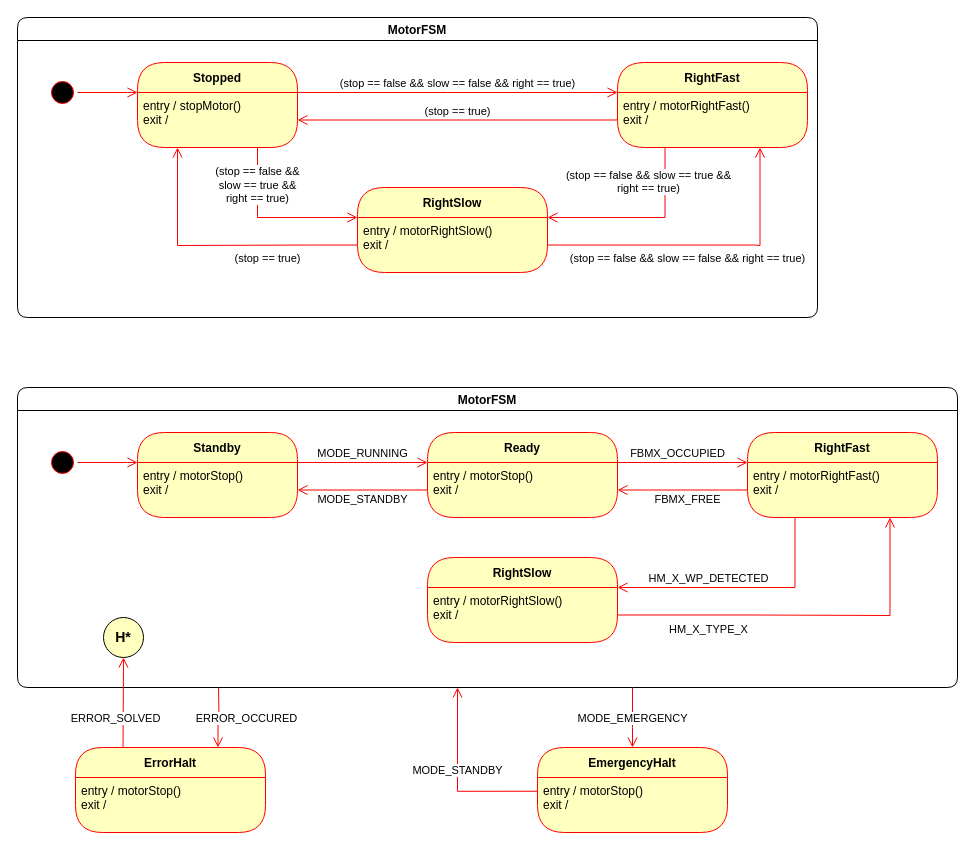
Above: page "motor" (2 of 5) of docs/diagrams/fsm/state_machines.drawio in u2knwy/ESEP-2023SoSe-Team-2-1 (draw.io), before the change. Source tidied: cells renumbered, new cells numbered last; positions are measured from the earlier drawing's top-left corner, leaving out a move shared by most shapes. Both pictures are drawn from the tidied source at 100%, with x=0, y=0 at pixel (17, 17).
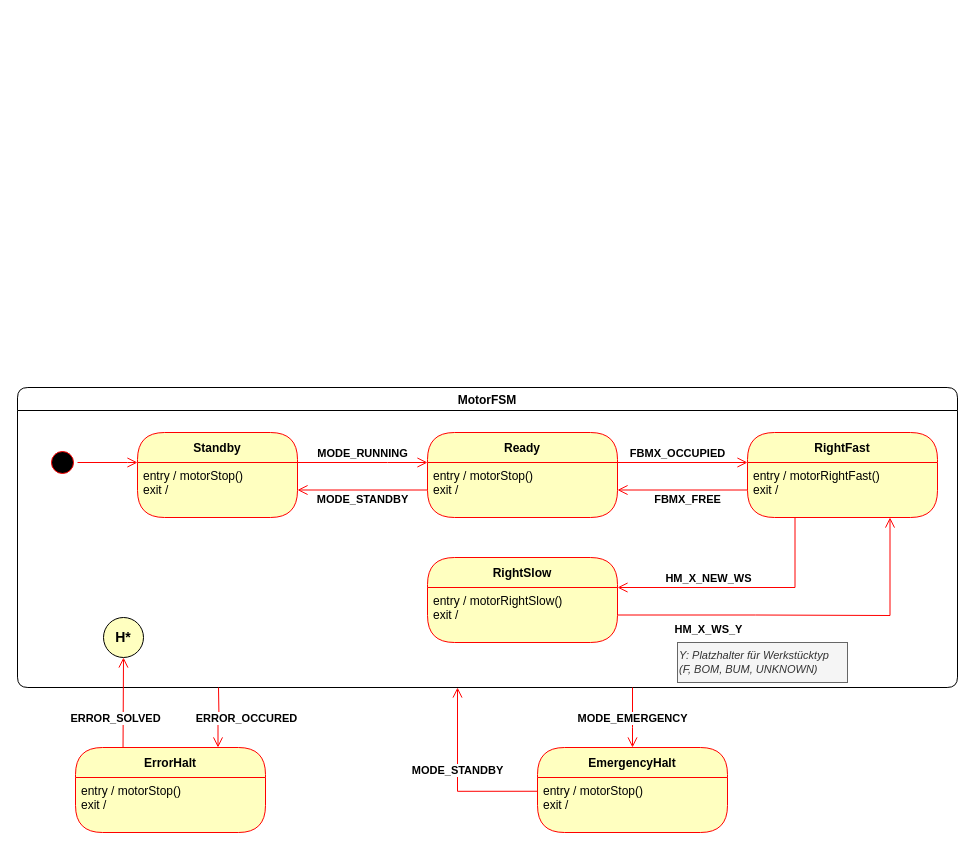
Above is the later version.

Unchanged cells that the change refers to:
```xml
<mxCell id="17" value="MotorFSM" style="swimlane;rounded=1;fillColor=none;startSize=23;" parent="1" vertex="1">
  <mxGeometry y="370" width="940" height="300" as="geometry" />
</mxCell>
<mxCell id="20" value="&lt;div style=&quot;&quot;&gt;&lt;span style=&quot;background-color: initial;&quot;&gt;entry / motorStop()&lt;/span&gt;&lt;/div&gt;exit /" style="text;html=1;strokeColor=none;fillColor=none;align=left;verticalAlign=top;spacingLeft=4;spacingRight=4;whiteSpace=wrap;overflow=hidden;fontColor=#000000;" parent="19" vertex="1">
  <mxGeometry y="30" width="160" height="55" as="geometry" />
</mxCell>
<mxCell id="23" value="entry / motorRightSlow()&lt;br&gt;exit /" style="text;html=1;strokeColor=none;fillColor=none;align=left;verticalAlign=top;spacingLeft=4;spacingRight=4;whiteSpace=wrap;overflow=hidden;fontColor=#000000;" parent="22" vertex="1">
  <mxGeometry y="30" width="190" height="55" as="geometry" />
</mxCell>
<mxCell id="25" value="entry / motorStop()&lt;br&gt;exit /" style="text;html=1;strokeColor=none;fillColor=none;align=left;verticalAlign=top;spacingLeft=4;spacingRight=4;whiteSpace=wrap;overflow=hidden;fontColor=#000000;" parent="24" vertex="1">
  <mxGeometry y="30" width="190" height="55" as="geometry" />
</mxCell>
<mxCell id="27" value="entry / motorRightFast()&lt;br&gt;exit /" style="text;html=1;strokeColor=none;fillColor=none;align=left;verticalAlign=top;spacingLeft=4;spacingRight=4;whiteSpace=wrap;overflow=hidden;fontColor=#000000;" parent="26" vertex="1">
  <mxGeometry y="30" width="190" height="55" as="geometry" />
</mxCell>
<mxCell id="34" value="H*" style="ellipse;whiteSpace=wrap;html=1;rounded=1;fillColor=#FFFFC0;fontStyle=1;fontSize=14;" parent="17" vertex="1">
  <mxGeometry x="86" y="230" width="40" height="40" as="geometry" />
</mxCell>
<mxCell id="35" value="EmergencyHalt" style="swimlane;fontStyle=1;align=center;verticalAlign=middle;horizontal=1;startSize=30;fontColor=#000000;rounded=1;arcSize=30;strokeColor=#ff0000;fillColor=#ffffc0;swimlaneFillColor=#ffffc0;" parent="1" vertex="1">
  <mxGeometry x="520" y="730" width="190" height="85" as="geometry" />
</mxCell>
<mxCell id="36" value="entry / motorStop()&lt;br&gt;exit /" style="text;html=1;strokeColor=none;fillColor=none;align=left;verticalAlign=top;spacingLeft=4;spacingRight=4;whiteSpace=wrap;overflow=hidden;fontColor=#000000;" parent="35" vertex="1">
  <mxGeometry y="30" width="190" height="55" as="geometry" />
</mxCell>
<mxCell id="41" value="ErrorHalt" style="swimlane;fontStyle=1;align=center;verticalAlign=middle;horizontal=1;startSize=30;fontColor=#000000;rounded=1;arcSize=30;strokeColor=#ff0000;fillColor=#ffffc0;swimlaneFillColor=#ffffc0;" parent="1" vertex="1">
  <mxGeometry x="58" y="730" width="190" height="85" as="geometry" />
</mxCell>
```

What changed in the source:
```diff
@@
-    <mxCell id="2" value="MotorFSM" style="swimlane;rounded=1;fillColor=none;startSize=23;" parent="1" vertex="1">
-      <mxGeometry width="800" height="300" as="geometry" />
-    </mxCell>
-    <mxCell id="3" style="ellipse;html=1;shape=startState;fillColor=#000000;strokeColor=#ff0000;" parent="2" vertex="1">
-      <mxGeometry x="30" y="60" width="30" height="30" as="geometry" />
-    </mxCell>
-    <mxCell id="4" value="Stopped" style="swimlane;fontStyle=1;align=center;verticalAlign=middle;horizontal=1;startSize=30;fontColor=#000000;rounded=1;arcSize=30;strokeColor=#ff0000;fillColor=#ffffc0;swimlaneFillColor=#ffffc0;" parent="2" vertex="1">
-      <mxGeometry x="120" y="45" width="160" height="85" as="geometry" />
-    </mxCell>
-    <mxCell id="5" value="&lt;div style=&quot;&quot;&gt;&lt;span style=&quot;background-color: initial;&quot;&gt;entry / stopMotor()&lt;/span&gt;&lt;/div&gt;exit /" style="text;html=1;strokeColor=none;fillColor=none;align=left;verticalAlign=top;spacingLeft=4;spacingRight=4;whiteSpace=wrap;overflow=hidden;fontColor=#000000;" parent="4" vertex="1">
-      <mxGeometry y="30" width="160" height="55" as="geometry" />
-    </mxCell>
-    <mxCell id="6" value="(stop == false &amp;amp;&amp;amp; slow == false &amp;amp;&amp;amp; right == true)" style="edgeStyle=orthogonalEdgeStyle;html=1;verticalAlign=bottom;endArrow=open;endSize=8;strokeColor=#ff0000;rounded=0;entryX=0;entryY=0;entryDx=0;entryDy=0;" parent="2" edge="1" target="13">
-      <mxGeometry relative="1" as="geometry">
-        <mxPoint x="280" y="75" as="sourcePoint" />
-        <Array as="points">
-          <mxPoint x="430" y="75" />
-          <mxPoint x="430" y="75" />
-        </Array>
-      </mxGeometry>
-    </mxCell>
-    <mxCell id="7" style="edgeStyle=orthogonalEdgeStyle;html=1;verticalAlign=bottom;endArrow=open;endSize=8;strokeColor=#ff0000;rounded=0;entryX=0;entryY=0;entryDx=0;entryDy=0;" parent="2" edge="1" source="3" target="5">
-      <mxGeometry relative="1" as="geometry">
-        <Array as="points">
-          <mxPoint x="110" y="75" />
-          <mxPoint x="110" y="75" />
-        </Array>
-      </mxGeometry>
-    </mxCell>
-    <mxCell id="8" value="RightSlow" style="swimlane;fontStyle=1;align=center;verticalAlign=middle;horizontal=1;startSize=30;fontColor=#000000;rounded=1;arcSize=30;strokeColor=#ff0000;fillColor=#ffffc0;swimlaneFillColor=#ffffc0;" parent="2" vertex="1">
-      <mxGeometry x="340" y="170" width="190" height="85" as="geometry" />
-    </mxCell>
-    <mxCell id="9" value="entry / motorRightSlow()&lt;br&gt;exit /" style="text;html=1;strokeColor=none;fillColor=none;align=left;verticalAlign=top;spacingLeft=4;spacingRight=4;whiteSpace=wrap;overflow=hidden;fontColor=#000000;" parent="8" vertex="1">
-      <mxGeometry y="30" width="190" height="55" as="geometry" />
-    </mxCell>
-    <mxCell id="10" value="(stop == false &amp;amp;&amp;amp; &lt;br&gt;slow == true &amp;amp;&amp;amp; &lt;br&gt;right == true)" style="edgeStyle=orthogonalEdgeStyle;html=1;verticalAlign=bottom;endArrow=open;endSize=8;strokeColor=#ff0000;rounded=0;entryX=0;entryY=0;entryDx=0;entryDy=0;exitX=0.75;exitY=1;exitDx=0;exitDy=0;" parent="2" edge="1" source="5" target="9">
-      <mxGeometry x="-0.29" relative="1" as="geometry">
-        <Array as="points">
-          <mxPoint x="240" y="200" />
-        </Array>
-      </mxGeometry>
-    </mxCell>
-    <mxCell id="11" value="(stop == true)" style="edgeStyle=orthogonalEdgeStyle;html=1;verticalAlign=bottom;endArrow=open;endSize=8;strokeColor=#ff0000;rounded=0;entryX=0.25;entryY=1;entryDx=0;entryDy=0;exitX=0;exitY=0.5;exitDx=0;exitDy=0;" parent="2" edge="1" source="9" target="5">
-      <mxGeometry x="-0.35" y="22" relative="1" as="geometry">
-        <Array as="points">
-          <mxPoint x="300" y="228" />
-          <mxPoint x="160" y="228" />
-        </Array>
-      </mxGeometry>
-    </mxCell>
-    <mxCell id="12" value="RightFast" style="swimlane;fontStyle=1;align=center;verticalAlign=middle;horizontal=1;startSize=30;fontColor=#000000;rounded=1;arcSize=30;strokeColor=#ff0000;fillColor=#ffffc0;swimlaneFillColor=#ffffc0;" parent="1" vertex="1">
-      <mxGeometry x="600" y="45" width="190" height="85" as="geometry" />
-    </mxCell>
-    <mxCell id="13" value="entry / motorRightFast()&lt;br&gt;exit /" style="text;html=1;strokeColor=none;fillColor=none;align=left;verticalAlign=top;spacingLeft=4;spacingRight=4;whiteSpace=wrap;overflow=hidden;fontColor=#000000;" parent="12" vertex="1">
-      <mxGeometry y="30" width="190" height="55" as="geometry" />
-    </mxCell>
-    <mxCell id="14" value="(stop == true)" style="edgeStyle=orthogonalEdgeStyle;html=1;verticalAlign=bottom;endArrow=open;endSize=8;strokeColor=#ff0000;rounded=0;entryX=1;entryY=0.5;entryDx=0;entryDy=0;exitX=0;exitY=0.5;exitDx=0;exitDy=0;" parent="1" edge="1" source="13" target="5">
-      <mxGeometry relative="1" as="geometry">
-        <Array as="points">
-          <mxPoint x="360" y="103" />
-          <mxPoint x="360" y="103" />
-        </Array>
-      </mxGeometry>
-    </mxCell>
-    <mxCell id="15" value="(stop == false &amp;amp;&amp;amp; slow == true &amp;amp;&amp;amp; &lt;br&gt;right == true)" style="edgeStyle=orthogonalEdgeStyle;html=1;verticalAlign=bottom;endArrow=open;endSize=8;strokeColor=#ff0000;rounded=0;entryX=1;entryY=0;entryDx=0;entryDy=0;exitX=0.25;exitY=1;exitDx=0;exitDy=0;" parent="1" edge="1" source="13" target="9">
-      <mxGeometry x="-0.47" y="-17" relative="1" as="geometry">
-        <Array as="points">
-          <mxPoint x="648" y="200" />
-        </Array>
-      </mxGeometry>
-    </mxCell>
-    <mxCell id="16" value="(stop == false &amp;amp;&amp;amp; slow == false &amp;amp;&amp;amp; right == true)" style="edgeStyle=orthogonalEdgeStyle;html=1;verticalAlign=bottom;endArrow=open;endSize=8;strokeColor=#ff0000;rounded=0;entryX=0.75;entryY=1;entryDx=0;entryDy=0;exitX=1;exitY=0.5;exitDx=0;exitDy=0;" parent="1" edge="1" source="9" target="13">
-      <mxGeometry x="-0.1" y="-22" relative="1" as="geometry">
-        <Array as="points">
-          <mxPoint x="738" y="228" />
-          <mxPoint x="743" y="228" />
-        </Array>
-      </mxGeometry>
-    </mxCell>
@@
-    <mxCell id="28" value="HM_X_WP_DETECTED" style="edgeStyle=orthogonalEdgeStyle;html=1;verticalAlign=bottom;endArrow=open;endSize=8;strokeColor=#ff0000;rounded=0;entryX=1;entryY=0;entryDx=0;entryDy=0;exitX=0.25;exitY=1;exitDx=0;exitDy=0;" parent="17" edge="1" source="27" target="23">
+    <mxCell id="28" value="HM_X_NEW_WS" style="edgeStyle=orthogonalEdgeStyle;html=1;verticalAlign=bottom;endArrow=open;endSize=8;strokeColor=#ff0000;rounded=0;entryX=1;entryY=0;entryDx=0;entryDy=0;exitX=0.25;exitY=1;exitDx=0;exitDy=0;fontStyle=1;" parent="17" edge="1" source="27" target="23">
       <mxGeometry x="0.27" relative="1" as="geometry">
         <Array as="points">
           <mxPoint x="778" y="200" />
         </Array>
       </mxGeometry>
     </mxCell>
-    <mxCell id="29" value="HM_X_TYPE_X" style="edgeStyle=orthogonalEdgeStyle;html=1;verticalAlign=bottom;endArrow=open;endSize=8;strokeColor=#ff0000;rounded=0;entryX=0.75;entryY=1;entryDx=0;entryDy=0;exitX=1;exitY=0.5;exitDx=0;exitDy=0;" parent="17" edge="1" source="23" target="27">
+    <mxCell id="29" value="HM_X_WS_Y" style="edgeStyle=orthogonalEdgeStyle;html=1;verticalAlign=bottom;endArrow=open;endSize=8;strokeColor=#ff0000;rounded=0;entryX=0.75;entryY=1;entryDx=0;entryDy=0;exitX=1;exitY=0.5;exitDx=0;exitDy=0;fontStyle=1;" parent="17" edge="1" source="23" target="27">
       <mxGeometry x="-0.51" y="-23" relative="1" as="geometry">
         <Array as="points">
           <mxPoint x="738" y="228" />
           <mxPoint x="743" y="228" />
         </Array>
       </mxGeometry>
     </mxCell>
-    <mxCell id="30" value="MODE_RUNNING" style="edgeStyle=orthogonalEdgeStyle;html=1;verticalAlign=bottom;endArrow=open;endSize=8;strokeColor=#ff0000;rounded=0;entryX=0;entryY=0;entryDx=0;entryDy=0;exitX=1;exitY=0;exitDx=0;exitDy=0;" parent="17" edge="1" source="20" target="25">
+    <mxCell id="30" value="MODE_RUNNING" style="edgeStyle=orthogonalEdgeStyle;html=1;verticalAlign=bottom;endArrow=open;endSize=8;strokeColor=#ff0000;rounded=0;entryX=0;entryY=0;entryDx=0;entryDy=0;exitX=1;exitY=0;exitDx=0;exitDy=0;fontStyle=1;" parent="17" edge="1" source="20" target="25">
       <mxGeometry relative="1" as="geometry">
         <Array as="points">
           <mxPoint x="370" y="75" />
           <mxPoint x="370" y="75" />
         </Array>
       </mxGeometry>
     </mxCell>
-    <mxCell id="31" value="MODE_STANDBY" style="edgeStyle=orthogonalEdgeStyle;html=1;verticalAlign=bottom;endArrow=open;endSize=8;strokeColor=#ff0000;rounded=0;entryX=1;entryY=0.5;entryDx=0;entryDy=0;exitX=0;exitY=0.5;exitDx=0;exitDy=0;" parent="17" edge="1" source="25" target="20">
+    <mxCell id="31" value="MODE_STANDBY" style="edgeStyle=orthogonalEdgeStyle;html=1;verticalAlign=bottom;endArrow=open;endSize=8;strokeColor=#ff0000;rounded=0;entryX=1;entryY=0.5;entryDx=0;entryDy=0;exitX=0;exitY=0.5;exitDx=0;exitDy=0;fontStyle=1;" parent="17" edge="1" source="25" target="20">
       <mxGeometry y="18" relative="1" as="geometry" />
     </mxCell>
-    <mxCell id="32" value="FBMX_OCCUPIED" style="edgeStyle=orthogonalEdgeStyle;html=1;verticalAlign=bottom;endArrow=open;endSize=8;strokeColor=#ff0000;rounded=0;entryX=0;entryY=0;entryDx=0;entryDy=0;exitX=1;exitY=0;exitDx=0;exitDy=0;" parent="17" edge="1" source="25" target="27">
+    <mxCell id="32" value="FBMX_OCCUPIED" style="edgeStyle=orthogonalEdgeStyle;html=1;verticalAlign=bottom;endArrow=open;endSize=8;strokeColor=#ff0000;rounded=0;entryX=0;entryY=0;entryDx=0;entryDy=0;exitX=1;exitY=0;exitDx=0;exitDy=0;fontStyle=1;" parent="17" edge="1" source="25" target="27">
       <mxGeometry x="-0.08" relative="1" as="geometry">
         <Array as="points">
           <mxPoint x="730" y="75" />
         </Array>
       </mxGeometry>
     </mxCell>
-    <mxCell id="33" value="FBMX_FREE" style="edgeStyle=orthogonalEdgeStyle;html=1;verticalAlign=bottom;endArrow=open;endSize=8;strokeColor=#ff0000;rounded=0;entryX=1;entryY=0.5;entryDx=0;entryDy=0;exitX=0;exitY=0.5;exitDx=0;exitDy=0;" parent="17" edge="1" source="27" target="25">
+    <mxCell id="33" value="FBMX_FREE" style="edgeStyle=orthogonalEdgeStyle;html=1;verticalAlign=bottom;endArrow=open;endSize=8;strokeColor=#ff0000;rounded=0;entryX=1;entryY=0.5;entryDx=0;entryDy=0;exitX=0;exitY=0.5;exitDx=0;exitDy=0;fontStyle=1;" parent="17" edge="1" source="27" target="25">
       <mxGeometry x="-0.08" y="18" relative="1" as="geometry">
         <Array as="points">
           <mxPoint x="730" y="103" />
           <mxPoint x="730" y="103" />
         </Array>
       </mxGeometry>
     </mxCell>
@@
+    <mxCell id="43" value="Y: Platzhalter für Werkstücktyp&lt;br&gt;(F, BOM, BUM, UNKNOWN)" style="text;html=1;strokeColor=#666666;fillColor=#f5f5f5;align=left;verticalAlign=middle;whiteSpace=wrap;rounded=0;fontSize=11;fontStyle=2;fontColor=#333333;" parent="17" vertex="1">
+      <mxGeometry x="660" y="255" width="170" height="40" as="geometry" />
+    </mxCell>
@@
-    <mxCell id="37" value="MODE_EMERGENCY" style="edgeStyle=orthogonalEdgeStyle;html=1;verticalAlign=bottom;endArrow=open;endSize=8;strokeColor=#ff0000;rounded=0;entryX=0.5;entryY=0;entryDx=0;entryDy=0;" parent="1" edge="1" target="35">
+    <mxCell id="37" value="MODE_EMERGENCY" style="edgeStyle=orthogonalEdgeStyle;html=1;verticalAlign=bottom;endArrow=open;endSize=8;strokeColor=#ff0000;rounded=0;entryX=0.5;entryY=0;entryDx=0;entryDy=0;fontStyle=1;" parent="1" edge="1" target="35">
       <mxGeometry x="0.33" relative="1" as="geometry">
         <mxPoint x="615" y="670" as="sourcePoint" />
         <Array as="points">
           <mxPoint x="615" y="710" />
           <mxPoint x="615" y="710" />
         </Array>
       </mxGeometry>
     </mxCell>
-    <mxCell id="38" value="MODE_STANDBY" style="edgeStyle=orthogonalEdgeStyle;html=1;verticalAlign=bottom;endArrow=open;endSize=8;strokeColor=#ff0000;rounded=0;exitX=0;exitY=0.25;exitDx=0;exitDy=0;" parent="1" edge="1" source="36">
+    <mxCell id="38" value="MODE_STANDBY" style="edgeStyle=orthogonalEdgeStyle;html=1;verticalAlign=bottom;endArrow=open;endSize=8;strokeColor=#ff0000;rounded=0;exitX=0;exitY=0.25;exitDx=0;exitDy=0;fontStyle=1;" parent="1" edge="1" source="36">
       <mxGeometry relative="1" as="geometry">
         <mxPoint x="440" y="670" as="targetPoint" />
         <Array as="points">
           <mxPoint x="440" y="774" />
         </Array>
       </mxGeometry>
     </mxCell>
-    <mxCell id="39" value="ERROR_OCCURED" style="edgeStyle=orthogonalEdgeStyle;html=1;verticalAlign=bottom;endArrow=open;endSize=8;strokeColor=#ff0000;rounded=0;entryX=0.75;entryY=0;entryDx=0;entryDy=0;" parent="1" edge="1" target="41">
+    <mxCell id="39" value="ERROR_OCCURED" style="edgeStyle=orthogonalEdgeStyle;html=1;verticalAlign=bottom;endArrow=open;endSize=8;strokeColor=#ff0000;rounded=0;entryX=0.75;entryY=0;entryDx=0;entryDy=0;fontStyle=1;" parent="1" edge="1" target="41">
       <mxGeometry x="0.34" y="28" relative="1" as="geometry">
         <mxPoint x="201" y="670" as="sourcePoint" />
       </mxGeometry>
     </mxCell>
-    <mxCell id="40" value="ERROR_SOLVED" style="edgeStyle=orthogonalEdgeStyle;html=1;verticalAlign=bottom;endArrow=open;endSize=8;strokeColor=#ff0000;rounded=0;exitX=0.25;exitY=0;exitDx=0;exitDy=0;entryX=0.5;entryY=1;entryDx=0;entryDy=0;" parent="1" edge="1" source="41" target="34">
+    <mxCell id="40" value="ERROR_SOLVED" style="edgeStyle=orthogonalEdgeStyle;html=1;verticalAlign=bottom;endArrow=open;endSize=8;strokeColor=#ff0000;rounded=0;exitX=0.25;exitY=0;exitDx=0;exitDy=0;entryX=0.5;entryY=1;entryDx=0;entryDy=0;fontStyle=1;" parent="1" edge="1" source="41" target="34">
       <mxGeometry x="-0.4" y="8" relative="1" as="geometry">
         <Array as="points">
           <mxPoint x="106" y="735" />
           <mxPoint x="106" y="640" />
         </Array>
       </mxGeometry>
     </mxCell>
```
